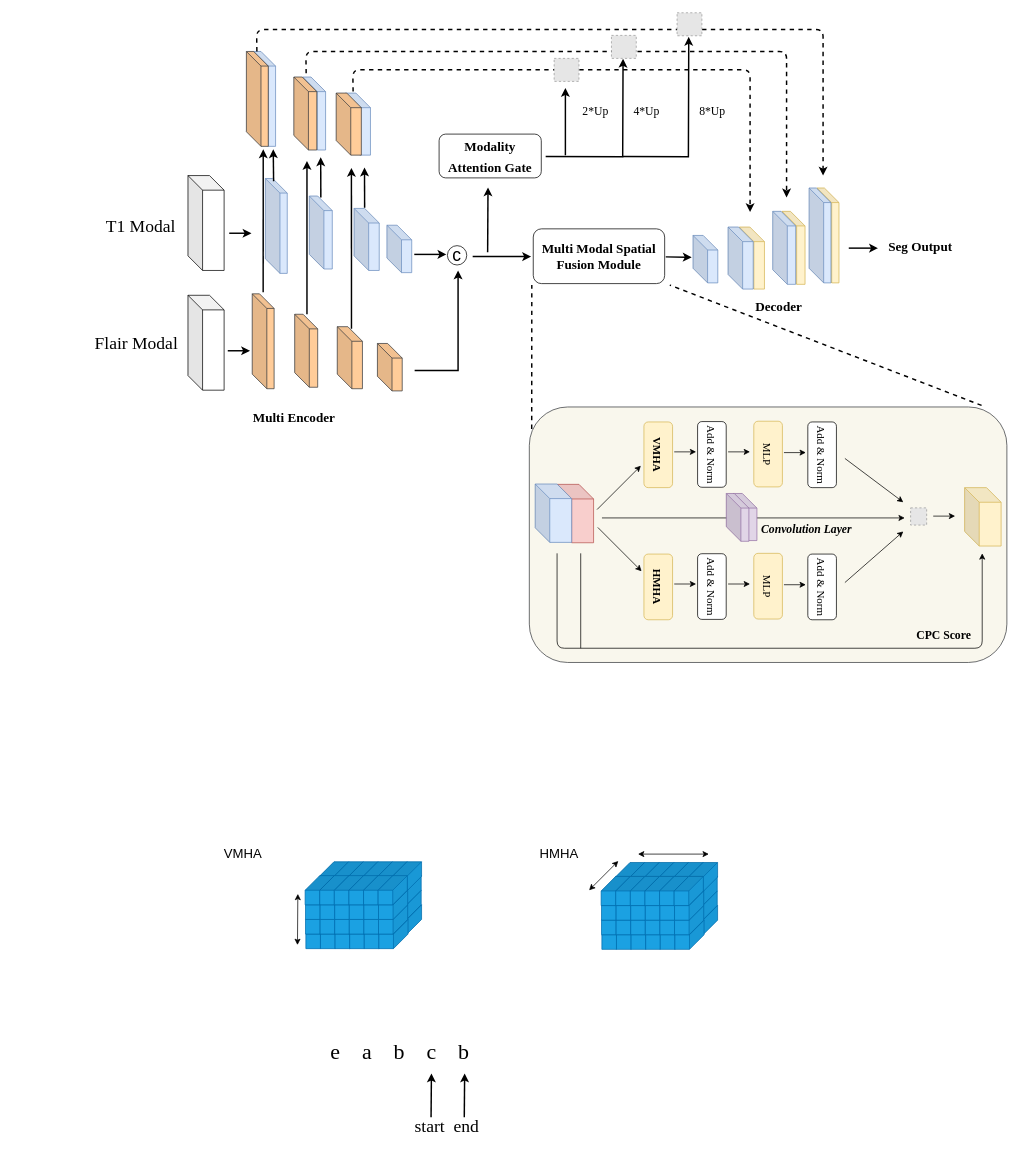
This is image_spatial_transformer.drawio from 920232796/test, a draw.io file, before an edit. Source tidied: cells renumbered, new cells numbered last; positions are measured from the earlier drawing's top-left corner, leaving out a move shared by most shapes. Both pictures are drawn from the tidied source at 73%, with x=0, y=0 at pixel (88, 12). Pictures stored in the file or linked from it are replaced by grey dashed boxes.
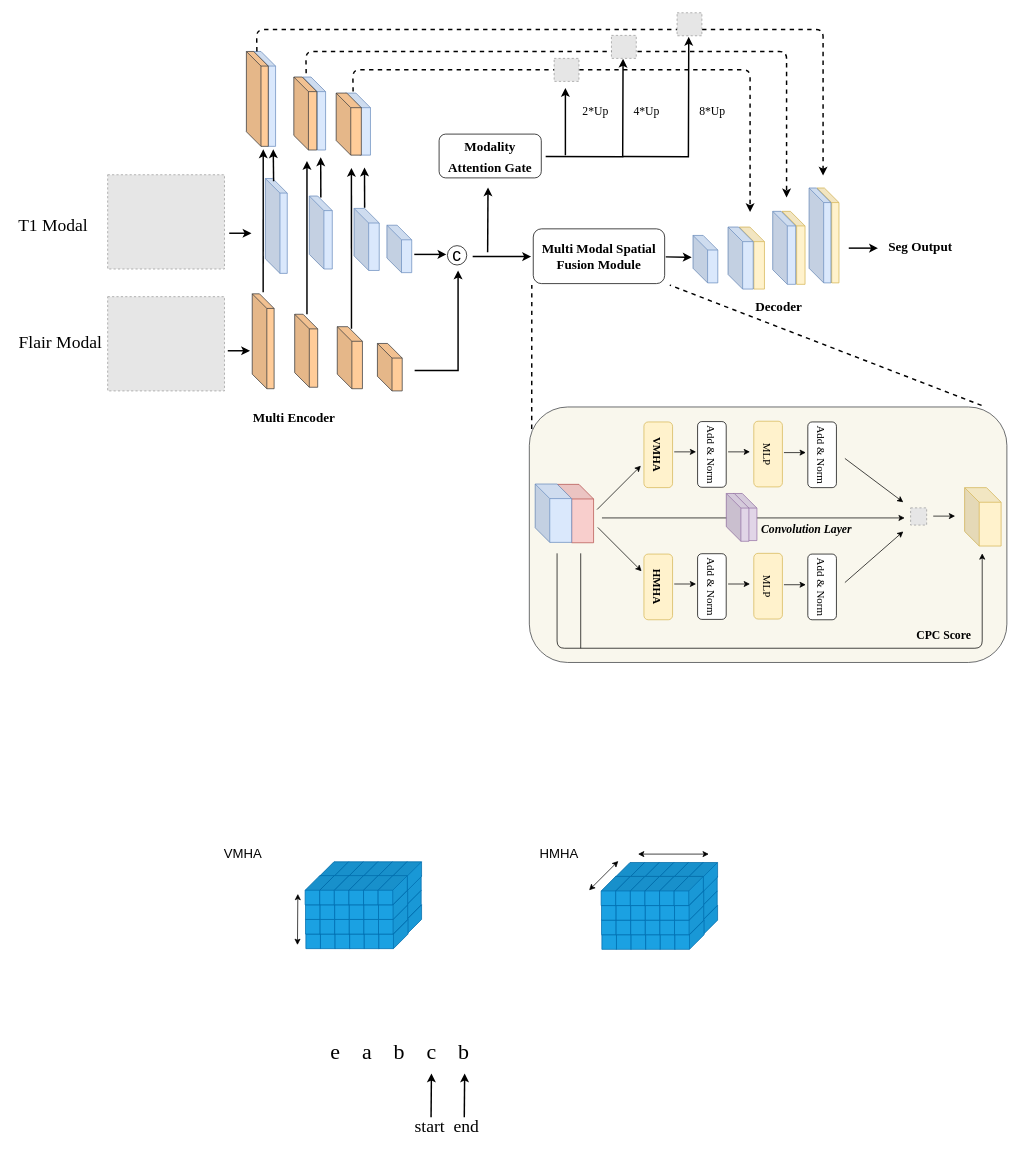
The same page after the edit.

Diff of the diagram source:
```diff
@@
-    <mxCell id="125" style="shape=cube;whiteSpace=wrap;html=1;boundedLbl=1;backgroundOutline=1;darkOpacity=0.05;darkOpacity2=0.1;fontSize=18;" parent="1" vertex="1">
-      <mxGeometry x="136" y="223" width="49.5" height="130" as="geometry" />
-    </mxCell>
@@
     <mxCell id="160" value="T1 Modal" style="text;html=1;align=center;verticalAlign=middle;strokeColor=none;fillColor=none;fontSize=24;fontFamily=Times New Roman;fontColor=#000000;" parent="1" vertex="1">
-      <mxGeometry x="16" y="278" width="110" height="30" as="geometry" />
+      <mxGeometry x="-104" y="277" width="110" height="30" as="geometry" />
     </mxCell>
     <mxCell id="161" value="Flair Modal" style="text;html=1;align=center;verticalAlign=middle;strokeColor=none;fillColor=none;fontSize=24;fontFamily=Times New Roman;fontColor=#000000;" parent="1" vertex="1">
-      <mxGeometry y="438" width="130" height="30" as="geometry" />
+      <mxGeometry x="-104" y="437" width="130" height="30" as="geometry" />
     </mxCell>
@@
-    <mxCell id="164" style="shape=cube;whiteSpace=wrap;html=1;boundedLbl=1;backgroundOutline=1;darkOpacity=0.05;darkOpacity2=0.1;fontSize=18;" parent="1" vertex="1">
-      <mxGeometry x="136" y="387" width="49.5" height="130" as="geometry" />
-    </mxCell>
@@
+    <mxCell id="198" style="fillColor=#E6E6E6;strokeColor=#999999;dashed=1;verticalLabelPosition=bottom;labelBackgroundColor=#ffffff;verticalAlign=top;fontColor=default;" parent="1" vertex="1">
+      <mxGeometry x="26" y="221.9" width="160" height="129.1" as="geometry" />
+    </mxCell>
+    <mxCell id="199" style="fillColor=#E6E6E6;strokeColor=#999999;dashed=1;verticalLabelPosition=bottom;labelBackgroundColor=#ffffff;verticalAlign=top;fontColor=default;" parent="1" vertex="1">
+      <mxGeometry x="26" y="388.9" width="160" height="129.1" as="geometry" />
+    </mxCell>
```
